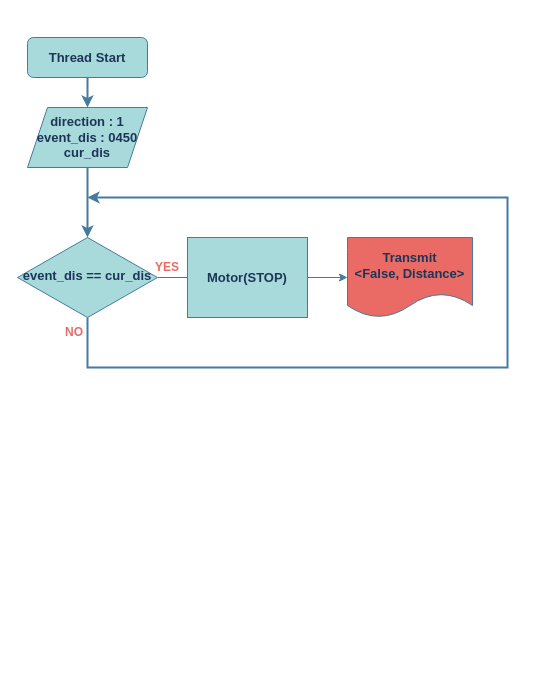
Above: rpcarcontrol.drawio in tubtrbE/stm32_RTOS (draw.io), before the change. Source tidied: cells renumbered, new cells numbered last; positions are measured from the earlier drawing's top-left corner, leaving out a move shared by most shapes. Both pictures are drawn from the tidied source at 100%, with x=0, y=0 at pixel (17, 37).
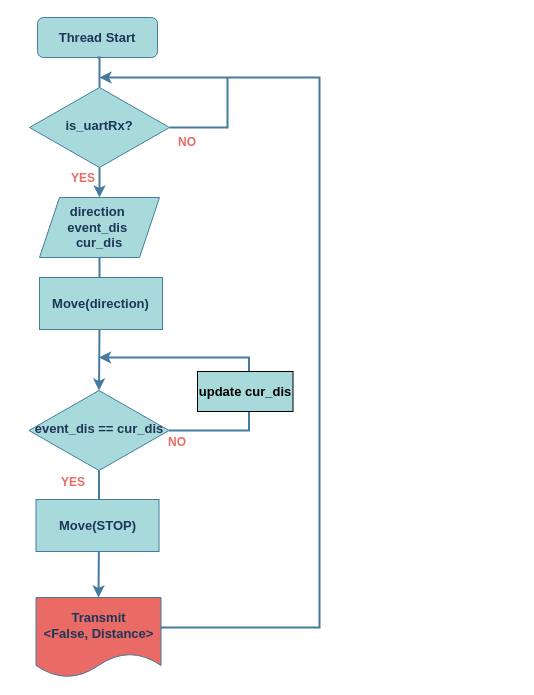
Above is the later version.

Diff of the diagram source:
```diff
@@
-    <mxCell id="2" style="edgeStyle=orthogonalEdgeStyle;rounded=0;jettySize=auto;html=1;exitX=0.5;exitY=1;exitDx=0;exitDy=0;entryX=0.5;entryY=0;entryDx=0;entryDy=0;labelBackgroundColor=#F1FAEE;strokeColor=#457B9D;fontColor=#1D3557;strokeWidth=2;" parent="1" edge="1" source="3" target="12">
+    <mxCell id="2" style="edgeStyle=orthogonalEdgeStyle;rounded=0;jettySize=auto;html=1;exitX=0.5;exitY=1;exitDx=0;exitDy=0;entryX=0.5;entryY=0;entryDx=0;entryDy=0;labelBackgroundColor=#F1FAEE;strokeColor=#457B9D;fontColor=#1D3557;strokeWidth=2;startArrow=none;" parent="1" edge="1" source="17" target="12">
       <mxGeometry relative="1" as="geometry" />
     </mxCell>
     <mxCell id="3" value="Thread Start" style="rounded=1;whiteSpace=wrap;html=1;fontSize=13;glass=0;strokeWidth=1;shadow=0;fillColor=#A8DADC;strokeColor=#457B9D;fontColor=#1D3557;fontStyle=1;" parent="1" vertex="1">
-      <mxGeometry x="10" width="120" height="40" as="geometry" />
+      <mxGeometry x="20" y="-20" width="120" height="40" as="geometry" />
     </mxCell>
-    <mxCell id="4" style="edgeStyle=orthogonalEdgeStyle;rounded=0;jettySize=auto;html=1;exitX=0.5;exitY=1;exitDx=0;exitDy=0;labelBackgroundColor=#F1FAEE;strokeColor=#457B9D;fontColor=#1D3557;strokeWidth=2;" parent="1" edge="1" source="6">
-      <mxGeometry relative="1" as="geometry">
-        <mxPoint x="70" y="160" as="targetPoint" />
-        <Array as="points">
-          <mxPoint x="70" y="330" />
-          <mxPoint x="490" y="330" />
-          <mxPoint x="490" y="160" />
-        </Array>
-      </mxGeometry>
-    </mxCell>
-    <mxCell id="5" style="edgeStyle=orthogonalEdgeStyle;rounded=0;jettySize=auto;html=1;exitX=1;exitY=0.5;exitDx=0;exitDy=0;entryX=0;entryY=0.5;entryDx=0;entryDy=0;labelBackgroundColor=#F1FAEE;strokeColor=#457B9D;fontColor=#1D3557;" parent="1" edge="1" source="6" target="8">
+    <mxCell id="5" style="edgeStyle=orthogonalEdgeStyle;rounded=0;jettySize=auto;html=1;exitX=0.5;exitY=1;exitDx=0;exitDy=0;entryX=0.5;entryY=0;entryDx=0;entryDy=0;strokeWidth=2;strokeColor=#457B9D;" parent="1" edge="1" source="6" target="8">
       <mxGeometry relative="1" as="geometry" />
     </mxCell>
+    <mxCell id="13" style="edgeStyle=orthogonalEdgeStyle;rounded=0;jettySize=auto;html=1;strokeWidth=2;strokeColor=#457B9D;" parent="1" edge="1" source="6">
+      <mxGeometry relative="1" as="geometry">
+        <mxPoint x="81.5" y="320" as="targetPoint" />
+        <Array as="points">
+          <mxPoint x="231.5" y="393" />
+          <mxPoint x="231.5" y="320" />
+        </Array>
+      </mxGeometry>
+    </mxCell>
     <mxCell id="6" value="event_dis == cur_dis" style="rhombus;whiteSpace=wrap;html=1;shadow=0;fontFamily=Helvetica;fontSize=13;align=center;strokeWidth=1;spacing=6;spacingTop=-4;fillColor=#A8DADC;strokeColor=#457B9D;fontColor=#1D3557;fontStyle=1;" parent="1" vertex="1">
-      <mxGeometry y="200" width="140" height="80" as="geometry" />
+      <mxGeometry x="11.5" y="353" width="140" height="80" as="geometry" />
     </mxCell>
-    <mxCell id="7" style="edgeStyle=orthogonalEdgeStyle;rounded=0;jettySize=auto;html=1;exitX=0.5;exitY=1;exitDx=0;exitDy=0;entryX=0.5;entryY=0;entryDx=0;entryDy=0;labelBackgroundColor=#F1FAEE;strokeColor=#457B9D;fontColor=#1D3557;strokeWidth=2;" parent="1" edge="1" source="12" target="6">
-      <mxGeometry relative="1" as="geometry" />
-    </mxCell>
+    <mxCell id="14" style="edgeStyle=orthogonalEdgeStyle;rounded=0;jettySize=auto;html=1;strokeWidth=2;strokeColor=#457B9D;" parent="1" edge="1" source="8">
+      <mxGeometry relative="1" as="geometry">
+        <mxPoint x="82" y="40" as="targetPoint" />
+        <Array as="points">
+          <mxPoint x="302" y="590" />
+          <mxPoint x="302" y="40" />
+        </Array>
+      </mxGeometry>
+    </mxCell>
     <mxCell id="8" value="Transmit&lt;br style=&quot;font-size: 13px;&quot;&gt;&amp;lt;False, Distance&amp;gt;" style="shape=document;whiteSpace=wrap;html=1;boundedLbl=1;labelBackgroundColor=none;fillColor=#EA6B66;strokeColor=#457B9D;fontColor=#1D3557;fontStyle=1;fontSize=13;" parent="1" vertex="1">
-      <mxGeometry x="330" y="200" width="125" height="80" as="geometry" />
+      <mxGeometry x="18.5" y="560" width="125" height="80" as="geometry" />
     </mxCell>
-    <mxCell id="9" value="Motor(STOP)" style="rounded=0;whiteSpace=wrap;html=1;labelBackgroundColor=none;fillColor=#A8DADC;strokeColor=#457B9D;fontColor=#1D3557;fontStyle=1;fontSize=13;" parent="1" vertex="1">
-      <mxGeometry x="170" y="200" width="120" height="80" as="geometry" />
+    <mxCell id="9" value="Move(STOP)" style="rounded=0;whiteSpace=wrap;html=1;labelBackgroundColor=none;fillColor=#A8DADC;strokeColor=#457B9D;fontColor=#1D3557;fontStyle=1;fontSize=13;" parent="1" vertex="1">
+      <mxGeometry x="18.5" y="462" width="123" height="52" as="geometry" />
     </mxCell>
-    <mxCell id="10" value="YES" style="text;html=1;strokeColor=none;fillColor=none;align=center;verticalAlign=middle;whiteSpace=wrap;rounded=0;labelBackgroundColor=none;fontColor=#EA6B66;fontStyle=1;" parent="1" vertex="1">
-      <mxGeometry x="120" y="215" width="60" height="30" as="geometry" />
-    </mxCell>
     <mxCell id="11" value="NO" style="text;html=1;strokeColor=none;fillColor=none;align=center;verticalAlign=middle;whiteSpace=wrap;rounded=0;labelBackgroundColor=none;fontColor=#EA6B66;fontStyle=1;" parent="1" vertex="1">
-      <mxGeometry x="27" y="280" width="60" height="30" as="geometry" />
+      <mxGeometry x="130" y="390" width="60" height="30" as="geometry" />
     </mxCell>
+    <mxCell id="7" style="edgeStyle=orthogonalEdgeStyle;rounded=0;jettySize=auto;html=1;exitX=0.5;exitY=1;exitDx=0;exitDy=0;entryX=0.5;entryY=0;entryDx=0;entryDy=0;strokeColor=#457B9D;strokeWidth=2;fontSize=13;" parent="1" edge="1" source="12" target="6">
+      <mxGeometry relative="1" as="geometry" />
+    </mxCell>
-    <mxCell id="12" value="direction : 1&lt;br style=&quot;font-size: 13px;&quot;&gt;event_dis : 0450&lt;br style=&quot;font-size: 13px;&quot;&gt;cur_dis" style="shape=parallelogram;perimeter=parallelogramPerimeter;whiteSpace=wrap;html=1;fixedSize=1;fillColor=#A8DADC;strokeColor=#457B9D;fontColor=#1D3557;fontStyle=1;fontSize=13;" parent="1" vertex="1">
-      <mxGeometry x="10" y="70" width="120" height="60" as="geometry" />
+    <mxCell id="12" value="direction&amp;nbsp;&lt;br style=&quot;font-size: 13px;&quot;&gt;event_dis&amp;nbsp;&lt;br style=&quot;font-size: 13px;&quot;&gt;cur_dis" style="shape=parallelogram;perimeter=parallelogramPerimeter;whiteSpace=wrap;html=1;fixedSize=1;fillColor=#A8DADC;strokeColor=#457B9D;fontColor=#1D3557;fontStyle=1;fontSize=13;" parent="1" vertex="1">
+      <mxGeometry x="22" y="160" width="120" height="60" as="geometry" />
     </mxCell>
+    <mxCell id="15" value="YES" style="text;html=1;strokeColor=none;fillColor=none;align=center;verticalAlign=middle;whiteSpace=wrap;rounded=0;labelBackgroundColor=none;fontColor=#EA6B66;fontStyle=1;" parent="1" vertex="1">
+      <mxGeometry x="25.5" y="430" width="60" height="30" as="geometry" />
+    </mxCell>
+    <mxCell id="16" value="update cur_dis" style="rounded=0;whiteSpace=wrap;html=1;fillColor=#A8DADC;fontSize=13;fontStyle=1;" parent="1" vertex="1">
+      <mxGeometry x="180" y="334" width="95.5" height="40" as="geometry" />
+    </mxCell>
+    <mxCell id="17" value="is_uartRx?" style="rhombus;whiteSpace=wrap;html=1;shadow=0;fontFamily=Helvetica;fontSize=13;align=center;strokeWidth=1;spacing=6;spacingTop=-4;fillColor=#A8DADC;strokeColor=#457B9D;fontColor=#1D3557;fontStyle=1;" parent="1" vertex="1">
+      <mxGeometry x="12" y="50" width="140" height="80" as="geometry" />
+    </mxCell>
+    <mxCell id="18" style="edgeStyle=orthogonalEdgeStyle;rounded=0;jettySize=auto;html=1;exitX=0.5;exitY=1;exitDx=0;exitDy=0;entryX=0.5;entryY=0;entryDx=0;entryDy=0;labelBackgroundColor=#F1FAEE;strokeColor=#457B9D;fontColor=#1D3557;strokeWidth=2;endArrow=none;" parent="1" edge="1" source="3" target="17">
+      <mxGeometry relative="1" as="geometry" />
+    </mxCell>
+    <mxCell id="19" value="YES" style="text;html=1;strokeColor=none;fillColor=none;align=center;verticalAlign=middle;whiteSpace=wrap;rounded=0;labelBackgroundColor=none;fontColor=#EA6B66;fontStyle=1;" parent="1" vertex="1">
+      <mxGeometry x="35.5" y="126" width="60" height="30" as="geometry" />
+    </mxCell>
+    <mxCell id="20" value="NO" style="text;html=1;strokeColor=none;fillColor=none;align=center;verticalAlign=middle;whiteSpace=wrap;rounded=0;labelBackgroundColor=none;fontColor=#EA6B66;fontStyle=1;" parent="1" vertex="1">
+      <mxGeometry x="140" y="90" width="60" height="30" as="geometry" />
+    </mxCell>
+    <mxCell id="21" style="endArrow=none;html=1;rounded=0;exitX=1;exitY=0.5;exitDx=0;exitDy=0;strokeWidth=2;strokeColor=#457B9D;" parent="1" edge="1" source="17">
+      <mxGeometry relative="1" as="geometry">
+        <mxPoint x="210" y="40" as="targetPoint" />
+        <Array as="points">
+          <mxPoint x="210" y="90" />
+        </Array>
+      </mxGeometry>
+    </mxCell>
+    <mxCell id="22" value="Move(direction)" style="rounded=0;whiteSpace=wrap;html=1;labelBackgroundColor=none;fillColor=#A8DADC;strokeColor=#457B9D;fontColor=#1D3557;fontStyle=1;fontSize=13;" parent="1" vertex="1">
+      <mxGeometry x="22" y="240" width="123" height="52" as="geometry" />
+    </mxCell>
```
